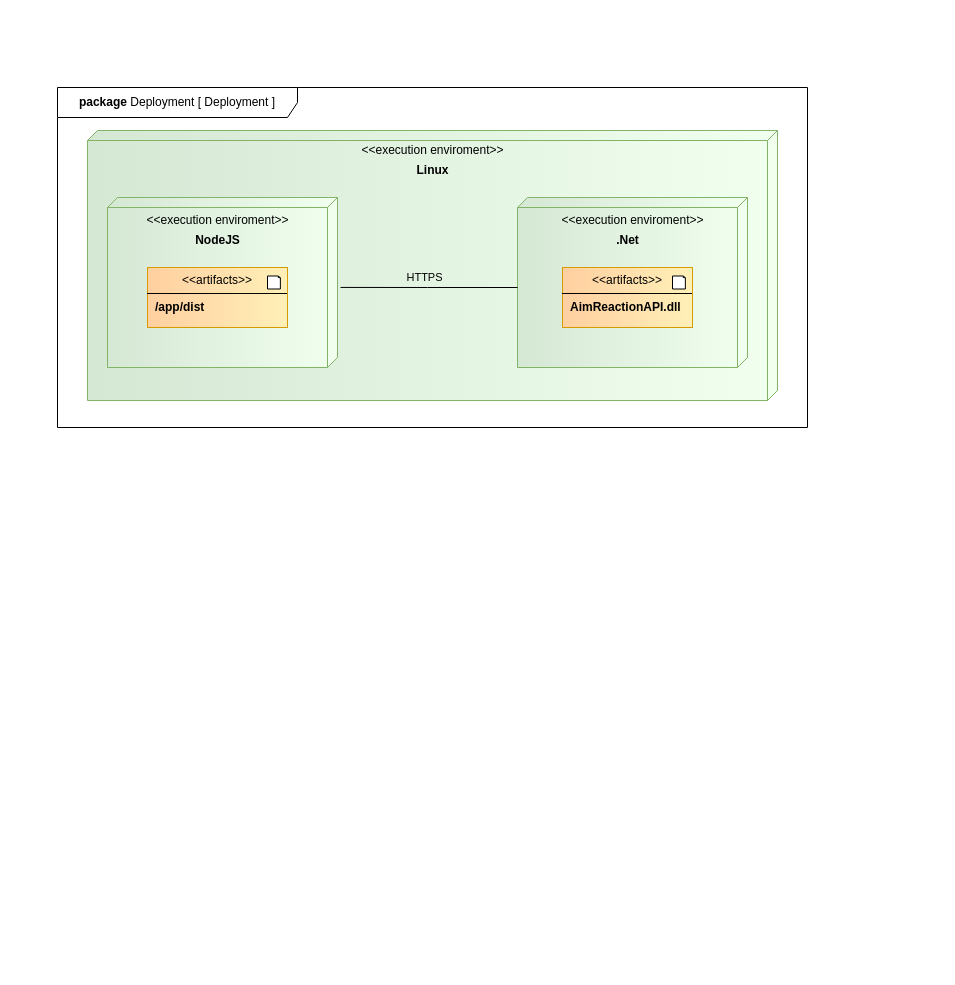
This is Documentation/Lab2Drawio/DeploymentEnv.drawio from user5427/human-benchmark-PSI-2, a draw.io file, before an edit. Source tidied: cells renumbered, new cells numbered last; positions are measured from the earlier drawing's top-left corner, leaving out a move shared by most shapes. Both pictures are drawn from the tidied source at 100%, with x=0, y=0 at pixel (57, 87).
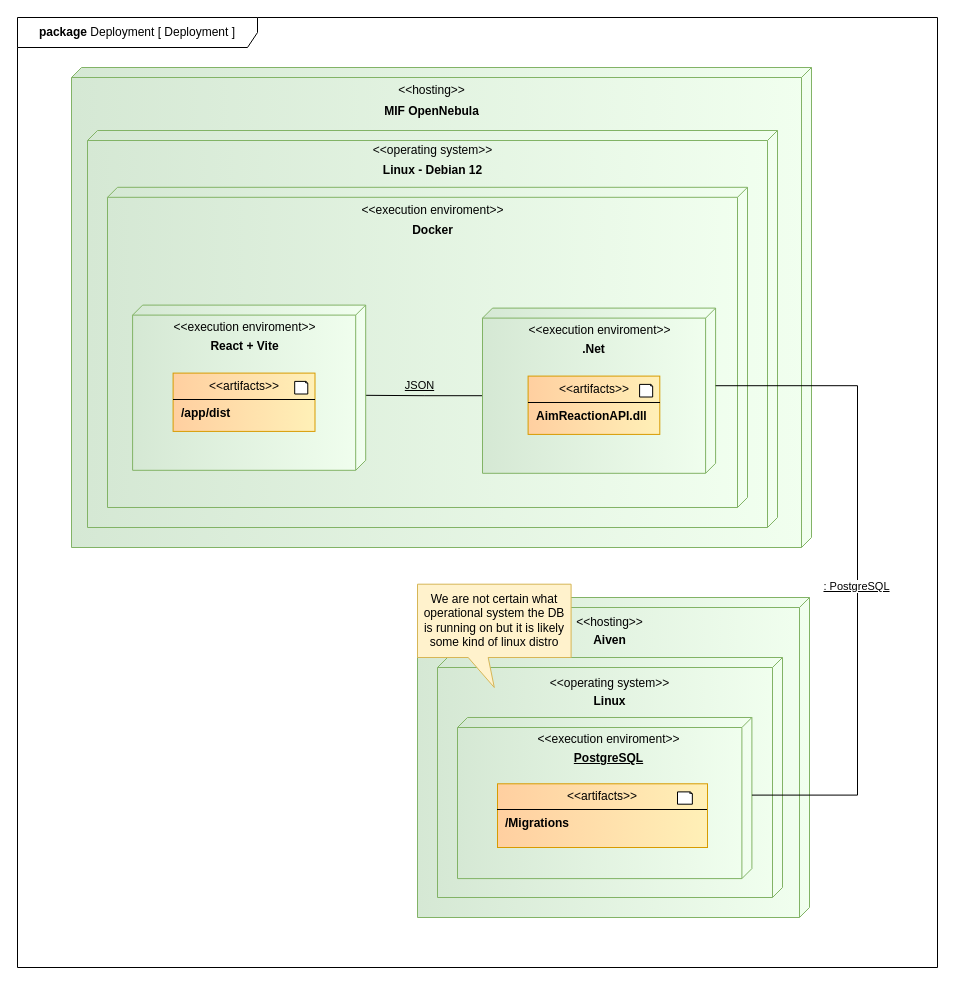
The same diagram, later.

Commit message (it also covers changes not shown here):
Update deployment diagrams and add versioning documentation

Diff of the diagram source:
```diff
@@
+    <mxCell id="22" style="verticalAlign=top;align=left;spacingTop=8;spacingLeft=2;spacingRight=12;shape=cube;size=10;direction=south;fontStyle=4;html=1;whiteSpace=wrap;fillColor=#d5e8d4;strokeColor=#82b366;gradientColor=#F1FFEF;gradientDirection=north;" parent="1" vertex="1">
+      <mxGeometry x="14" y="-20" width="740" height="480" as="geometry" />
+    </mxCell>
     <mxCell id="2" style="verticalAlign=top;align=left;spacingTop=8;spacingLeft=2;spacingRight=12;shape=cube;size=10;direction=south;fontStyle=4;html=1;whiteSpace=wrap;fillColor=#d5e8d4;strokeColor=#82b366;gradientColor=#F1FFEF;gradientDirection=north;" parent="1" vertex="1">
-      <mxGeometry x="30" y="43" width="690" height="270" as="geometry" />
+      <mxGeometry x="30" y="43" width="690" height="397" as="geometry" />
     </mxCell>
-    <mxCell id="3" value="&amp;lt;&amp;lt;execution enviroment&amp;gt;&amp;gt;" style="text;align=center;fontStyle=0;verticalAlign=middle;spacingLeft=3;spacingRight=3;strokeColor=none;html=1;" parent="1" vertex="1">
+    <mxCell id="3" value="&amp;lt;&amp;lt;operating system&amp;gt;&amp;gt;" style="text;align=center;fontStyle=0;verticalAlign=middle;spacingLeft=3;spacingRight=3;strokeColor=none;html=1;" parent="1" vertex="1">
       <mxGeometry x="335" y="50" width="80" height="26" as="geometry" />
     </mxCell>
-    <mxCell id="4" value="Linux" style="text;align=center;fontStyle=1;verticalAlign=middle;spacingLeft=3;spacingRight=3;strokeColor=none;html=1;" parent="1" vertex="1">
+    <mxCell id="4" value="Linux - Debian 12" style="text;align=center;fontStyle=1;verticalAlign=middle;spacingLeft=3;spacingRight=3;strokeColor=none;html=1;" parent="1" vertex="1">
       <mxGeometry x="335" y="70" width="80" height="26" as="geometry" />
     </mxCell>
-    <mxCell id="5" style="group;" parent="1" vertex="1">
-      <mxGeometry width="750" height="340" as="geometry" />
-    </mxCell>
+    <mxCell id="23" style="verticalAlign=top;align=left;spacingTop=8;spacingLeft=2;spacingRight=12;shape=cube;size=10;direction=south;fontStyle=4;html=1;whiteSpace=wrap;fillColor=#d5e8d4;strokeColor=#82b366;gradientColor=#F1FFEF;gradientDirection=north;" parent="1" vertex="1">
+      <mxGeometry x="50" y="99.8" width="640" height="320.2" as="geometry" />
+    </mxCell>
+    <mxCell id="24" value="&amp;lt;&amp;lt;execution enviroment&amp;gt;&amp;gt;" style="text;align=center;fontStyle=0;verticalAlign=middle;spacingLeft=3;spacingRight=3;strokeColor=none;html=1;" parent="1" vertex="1">
+      <mxGeometry x="335" y="110" width="80" height="26" as="geometry" />
+    </mxCell>
+    <mxCell id="25" value="Docker" style="text;align=center;fontStyle=1;verticalAlign=middle;spacingLeft=3;spacingRight=3;strokeColor=none;html=1;" parent="1" vertex="1">
+      <mxGeometry x="335" y="130" width="80" height="26" as="geometry" />
+    </mxCell>
-    <mxCell id="6" value="&lt;b&gt;package &lt;/b&gt;Deployment [ Deployment ]" style="shape=umlFrame;whiteSpace=wrap;html=1;width=240;height=30;" parent="5" vertex="1">
-      <mxGeometry width="750" height="340" as="geometry" />
+    <mxCell id="6" value="&lt;b&gt;package &lt;/b&gt;Deployment [ Deployment ]" style="shape=umlFrame;whiteSpace=wrap;html=1;width=240;height=30;" parent="1" vertex="1">
+      <mxGeometry x="-40" y="-70" width="920" height="950" as="geometry" />
     </mxCell>
-    <mxCell id="7" style="group;" parent="5" vertex="1">
-      <mxGeometry x="30" y="40" width="690" height="270" as="geometry" />
-    </mxCell>
+    <mxCell id="26" value="&amp;lt;&amp;lt;hosting&amp;gt;&amp;gt;" style="text;align=center;fontStyle=0;verticalAlign=middle;spacingLeft=3;spacingRight=3;strokeColor=none;html=1;" parent="1" vertex="1">
+      <mxGeometry x="334" y="-10" width="80" height="26" as="geometry" />
+    </mxCell>
+    <mxCell id="27" value="MIF OpenNebula" style="text;align=center;fontStyle=1;verticalAlign=middle;spacingLeft=3;spacingRight=3;strokeColor=none;html=1;" parent="1" vertex="1">
+      <mxGeometry x="334" y="11" width="80" height="26" as="geometry" />
+    </mxCell>
+    <mxCell id="28" style="verticalAlign=top;align=left;spacingTop=8;spacingLeft=2;spacingRight=12;shape=cube;size=10;direction=south;fontStyle=4;html=1;whiteSpace=wrap;fillColor=#d5e8d4;strokeColor=#82b366;gradientColor=#F1FFEF;gradientDirection=north;" parent="1" vertex="1">
+      <mxGeometry x="360" y="510" width="392" height="320" as="geometry" />
+    </mxCell>
+    <mxCell id="29" value="&amp;lt;&amp;lt;hosting&amp;gt;&amp;gt;" style="text;align=center;fontStyle=0;verticalAlign=middle;spacingLeft=3;spacingRight=3;strokeColor=none;html=1;" parent="1" vertex="1">
+      <mxGeometry x="503.6" y="520.4" width="97.7" height="28.6" as="geometry" />
+    </mxCell>
+    <mxCell id="30" style="verticalAlign=top;align=left;spacingTop=8;spacingLeft=2;spacingRight=12;shape=cube;size=10;direction=south;fontStyle=4;html=1;whiteSpace=wrap;fillColor=#d5e8d4;strokeColor=#82b366;gradientColor=#F1FFEF;gradientDirection=north;" parent="1" vertex="1">
+      <mxGeometry x="380" y="570" width="345" height="240" as="geometry" />
+    </mxCell>
+    <mxCell id="31" value="Aiven" style="text;align=center;fontStyle=1;verticalAlign=middle;spacingLeft=3;spacingRight=3;strokeColor=none;html=1;" parent="1" vertex="1">
+      <mxGeometry x="503.6" y="539" width="97.7" height="28.6" as="geometry" />
+    </mxCell>
+    <mxCell id="32" value="Linux" style="text;align=center;fontStyle=1;verticalAlign=middle;spacingLeft=3;spacingRight=3;strokeColor=none;html=1;" parent="1" vertex="1">
+      <mxGeometry x="502.8" y="600" width="97.7" height="28.6" as="geometry" />
+    </mxCell>
+    <mxCell id="33" value="&amp;lt;&amp;lt;operating system&amp;gt;&amp;gt;" style="text;align=center;fontStyle=0;verticalAlign=middle;spacingLeft=3;spacingRight=3;strokeColor=none;html=1;" parent="1" vertex="1">
+      <mxGeometry x="502.8" y="581.4" width="97.7" height="28.6" as="geometry" />
+    </mxCell>
+    <mxCell id="20" style="edgeStyle=orthogonalEdgeStyle;rounded=0;jettySize=auto;html=1;endArrow=none;startFill=0;exitX=0;exitY=0;exitDx=87.60563380281691;exitDy=233.06666666666672;exitPerimeter=0;entryX=0.546;entryY=0.012;entryDx=0;entryDy=0;entryPerimeter=0;" parent="1" edge="1" source="9" target="15">
+      <mxGeometry relative="1" as="geometry" />
+    </mxCell>
+    <mxCell id="21" value="JSON" style="edgeLabel;html=1;align=center;verticalAlign=middle;labelBackgroundColor=none;fontStyle=4;" parent="20" vertex="1">
+      <mxGeometry x="0.06" y="-2" relative="1" as="geometry">
+        <mxPoint y="-8" as="offset" />
+      </mxGeometry>
+    </mxCell>
-    <mxCell id="8" style="group;" parent="7" vertex="1">
-      <mxGeometry x="430" y="70" width="250" height="190" as="geometry" />
+    <mxCell id="8" style="group;" parent="1" vertex="1">
+      <mxGeometry x="425" y="220.6" width="253.3" height="184.6" as="geometry" />
     </mxCell>
     <mxCell id="9" style="verticalAlign=top;align=left;spacingTop=8;spacingLeft=2;spacingRight=12;shape=cube;size=10;direction=south;fontStyle=4;html=1;whiteSpace=wrap;fillColor=#d5e8d4;strokeColor=#82b366;gradientColor=#F1FFEF;gradientDirection=north;" parent="8" vertex="1">
-      <mxGeometry width="230" height="170" as="geometry" />
+      <mxGeometry width="233.1" height="165.2" as="geometry" />
     </mxCell>
     <mxCell id="10" value="&amp;lt;&amp;lt;execution enviroment&amp;gt;&amp;gt;" style="text;align=center;fontStyle=0;verticalAlign=middle;spacingLeft=3;spacingRight=3;strokeColor=none;html=1;" parent="8" vertex="1">
-      <mxGeometry x="75" y="10" width="80" height="26" as="geometry" />
+      <mxGeometry x="76" y="9.7" width="81.1" height="25.3" as="geometry" />
     </mxCell>
     <mxCell id="11" value=".Net" style="text;align=center;fontStyle=1;verticalAlign=middle;spacingLeft=3;spacingRight=3;strokeColor=none;html=1;" parent="8" vertex="1">
-      <mxGeometry x="70" y="30" width="80" height="26" as="geometry" />
+      <mxGeometry x="70.9" y="29.2" width="81.1" height="25.3" as="geometry" />
     </mxCell>
     <mxCell id="12" value="&lt;p style=&quot;margin:0px;margin-top:6px;text-align:center;&quot;&gt;&amp;lt;&amp;lt;artifacts&amp;gt;&amp;gt;&lt;/p&gt;&lt;hr size=&quot;1&quot; style=&quot;border-style:solid;&quot;&gt;&lt;p style=&quot;margin:0px;margin-left:8px;&quot;&gt;&lt;b&gt;AimReactionAPI.dll&lt;/b&gt;&lt;/p&gt;" style="align=left;overflow=fill;html=1;whiteSpace=wrap;fillColor=#FFCFA0;strokeColor=#d79b00;gradientColor=#FFF0B7;gradientDirection=east;" parent="8" vertex="1">
-      <mxGeometry x="45" y="70" width="130" height="60" as="geometry" />
+      <mxGeometry x="45.6" y="68" width="131.7" height="58.3" as="geometry" />
     </mxCell>
     <mxCell id="13" style="whiteSpace=wrap;html=1;shape=mxgraph.basic.document;" parent="8" vertex="1">
-      <mxGeometry x="155" y="78.5" width="13" height="13" as="geometry" />
+      <mxGeometry x="157.1" y="76.3" width="13.2" height="12.6" as="geometry" />
     </mxCell>
-    <mxCell id="14" style="group;" parent="7" vertex="1">
-      <mxGeometry x="20" y="70" width="230" height="170" as="geometry" />
+    <mxCell id="14" style="group;" parent="1" vertex="1">
+      <mxGeometry x="75.1" y="217.6" width="233.1" height="165.2" as="geometry" />
     </mxCell>
     <mxCell id="15" style="verticalAlign=top;align=left;spacingTop=8;spacingLeft=2;spacingRight=12;shape=cube;size=10;direction=south;fontStyle=4;html=1;whiteSpace=wrap;fillColor=#d5e8d4;strokeColor=#82b366;gradientColor=#F1FFEF;gradientDirection=north;" parent="14" vertex="1">
-      <mxGeometry width="230" height="170" as="geometry" />
+      <mxGeometry width="233.1" height="165.2" as="geometry" />
     </mxCell>
     <mxCell id="16" value="&amp;lt;&amp;lt;execution enviroment&amp;gt;&amp;gt;" style="text;align=center;fontStyle=0;verticalAlign=middle;spacingLeft=3;spacingRight=3;strokeColor=none;html=1;" parent="14" vertex="1">
-      <mxGeometry x="70" y="10" width="80" height="26" as="geometry" />
+      <mxGeometry x="70.9" y="9.7" width="81.1" height="25.3" as="geometry" />
     </mxCell>
-    <mxCell id="17" value="NodeJS" style="text;align=center;fontStyle=1;verticalAlign=middle;spacingLeft=3;spacingRight=3;strokeColor=none;html=1;" parent="14" vertex="1">
-      <mxGeometry x="70" y="30" width="80" height="26" as="geometry" />
+    <mxCell id="17" value="React + Vite" style="text;align=center;fontStyle=1;verticalAlign=middle;spacingLeft=3;spacingRight=3;strokeColor=none;html=1;" parent="14" vertex="1">
+      <mxGeometry x="70.9" y="29.2" width="81.1" height="25.3" as="geometry" />
     </mxCell>
     <mxCell id="18" value="&lt;p style=&quot;margin:0px;margin-top:6px;text-align:center;&quot;&gt;&amp;lt;&amp;lt;artifacts&amp;gt;&amp;gt;&lt;/p&gt;&lt;hr size=&quot;1&quot; style=&quot;border-style:solid;&quot;&gt;&lt;p style=&quot;margin:0px;margin-left:8px;&quot;&gt;&lt;b&gt;/app/dist&lt;/b&gt;&lt;/p&gt;" style="align=left;overflow=fill;html=1;whiteSpace=wrap;fillColor=#FFCFA0;strokeColor=#d79b00;gradientColor=#FFF0B7;gradientDirection=east;" parent="14" vertex="1">
-      <mxGeometry x="40" y="70" width="140" height="60" as="geometry" />
+      <mxGeometry x="40.5" y="68" width="141.9" height="58.3" as="geometry" />
     </mxCell>
     <mxCell id="19" style="whiteSpace=wrap;html=1;shape=mxgraph.basic.document;" parent="14" vertex="1">
-      <mxGeometry x="160" y="78.5" width="13" height="13" as="geometry" />
+      <mxGeometry x="162.1" y="76.3" width="13.2" height="12.6" as="geometry" />
     </mxCell>
-    <mxCell id="20" style="edgeStyle=orthogonalEdgeStyle;rounded=0;jettySize=auto;html=1;exitX=0;exitY=0;exitDx=90;exitDy=230;exitPerimeter=0;entryX=0.529;entryY=-0.013;entryDx=0;entryDy=0;entryPerimeter=0;endArrow=none;startFill=0;" parent="7" edge="1" source="9" target="15">
-      <mxGeometry relative="1" as="geometry" />
-    </mxCell>
-    <mxCell id="21" value="HTTPS" style="edgeLabel;html=1;align=center;verticalAlign=middle;labelBackgroundColor=none;" parent="20" vertex="1">
-      <mxGeometry x="0.06" y="-2" relative="1" as="geometry">
-        <mxPoint y="-8" as="offset" />
-      </mxGeometry>
-    </mxCell>
+    <mxCell id="34" style="group;" parent="1" vertex="1">
+      <mxGeometry x="400" y="630" width="320" height="180" as="geometry" />
+    </mxCell>
+    <mxCell id="35" style="verticalAlign=top;align=left;spacingTop=8;spacingLeft=2;spacingRight=12;shape=cube;size=10;direction=south;fontStyle=4;html=1;whiteSpace=wrap;fillColor=#d5e8d4;strokeColor=#82b366;gradientColor=#F1FFEF;gradientDirection=north;" parent="34" vertex="1">
+      <mxGeometry width="294.4" height="161.1" as="geometry" />
+    </mxCell>
+    <mxCell id="36" value="&amp;lt;&amp;lt;execution enviroment&amp;gt;&amp;gt;" style="text;align=center;fontStyle=0;verticalAlign=middle;spacingLeft=3;spacingRight=3;strokeColor=none;html=1;" parent="34" vertex="1">
+      <mxGeometry x="100" y="9.5" width="102.4" height="24.6" as="geometry" />
+    </mxCell>
+    <mxCell id="37" value="&lt;u&gt;PostgreSQL&lt;/u&gt;" style="text;align=center;fontStyle=1;verticalAlign=middle;spacingLeft=3;spacingRight=3;strokeColor=none;html=1;" parent="34" vertex="1">
+      <mxGeometry x="100" y="28.4" width="102.4" height="24.6" as="geometry" />
+    </mxCell>
+    <mxCell id="38" value="&lt;p style=&quot;margin:0px;margin-top:6px;text-align:center;&quot;&gt;&amp;lt;&amp;lt;artifacts&amp;gt;&amp;gt;&lt;/p&gt;&lt;hr size=&quot;1&quot; style=&quot;border-style:solid;&quot;&gt;&lt;p style=&quot;margin:0px;margin-left:8px;&quot;&gt;&lt;b style=&quot;background-color: transparent; color: light-dark(rgb(0, 0, 0), rgb(255, 255, 255));&quot;&gt;/Migrations&lt;/b&gt;&lt;/p&gt;" style="align=left;overflow=fill;html=1;whiteSpace=wrap;fillColor=#FFCFA0;strokeColor=#d79b00;gradientColor=#FFF0B7;gradientDirection=east;" parent="34" vertex="1">
+      <mxGeometry x="40" y="66.3" width="210" height="63.7" as="geometry" />
+    </mxCell>
+    <mxCell id="39" style="whiteSpace=wrap;html=1;shape=mxgraph.basic.document;" parent="34" vertex="1">
+      <mxGeometry x="220" y="74.4" width="15" height="12.3" as="geometry" />
+    </mxCell>
+    <mxCell id="40" style="edgeStyle=orthogonalEdgeStyle;rounded=0;jettySize=auto;html=1;exitX=0;exitY=0;exitDx=77.60563380281691;exitDy=0;exitPerimeter=0;entryX=0;entryY=0;entryDx=77.60563380281691;entryDy=0;entryPerimeter=0;endArrow=none;startFill=0;" parent="1" edge="1" source="9" target="35">
+      <mxGeometry relative="1" as="geometry">
+        <Array as="points">
+          <mxPoint x="800" y="298" />
+          <mxPoint x="800" y="708" />
+        </Array>
+      </mxGeometry>
+    </mxCell>
+    <mxCell id="41" value=": PostgreSQL" style="edgeLabel;html=1;align=center;verticalAlign=middle;fontStyle=4;" parent="40" vertex="1">
+      <mxGeometry x="0.04" y="-2" relative="1" as="geometry" />
+    </mxCell>
+    <mxCell id="42" value="We are not certain what operational system the DB is running on but it is likely some kind of linux distro" style="shape=callout;whiteSpace=wrap;html=1;perimeter=calloutPerimeter;base=20;size=30;position=0.33;fillColor=#fff2cc;strokeColor=#d6b656;" parent="1" vertex="1">
+      <mxGeometry x="360" y="496.7" width="153.6" height="103.3" as="geometry" />
+    </mxCell>
```
